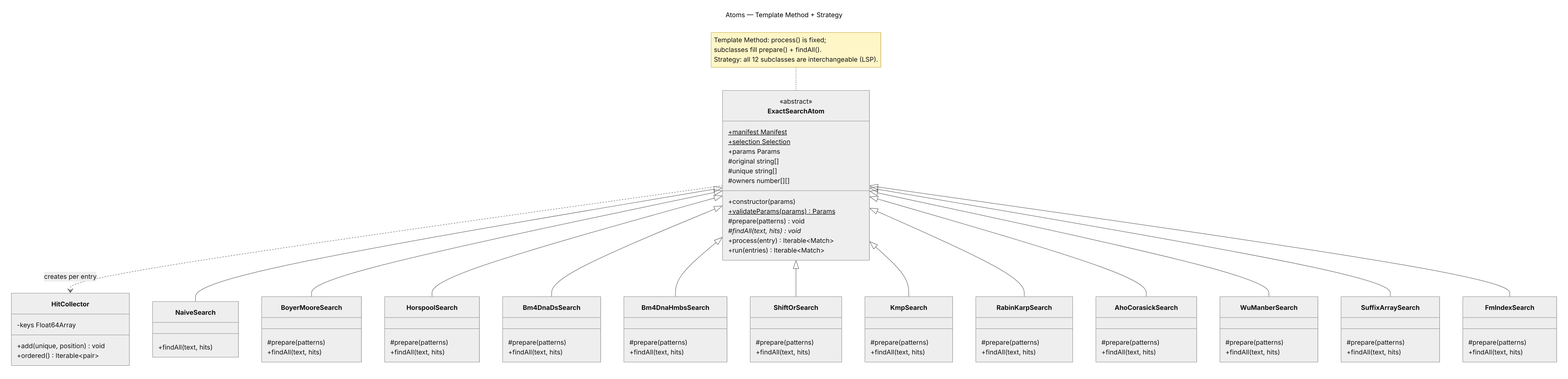
Above: docs/uml/02-atoms.png in Qanoo-Taweel/ios-adaptive-exact-match (Mermaid), before the change. Its source is kept beside it as docs/uml/02-atoms.mmd.
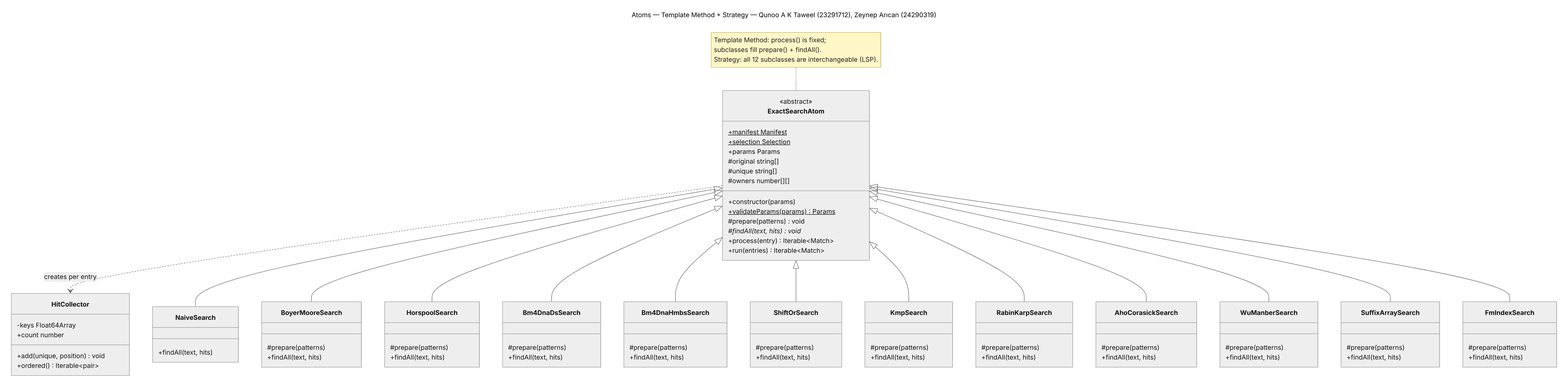
Later version of the same file.

Change to the diagram source:
```diff
@@ -1,5 +1,5 @@
 ---
-title: Atoms — Template Method + Strategy
+title: Atoms — Template Method + Strategy — Qunoo A K Taweel (23291712), Zeynep Arıcan (24290319)
 ---
 classDiagram
   direction TB
@@ -22,6 +22,7 @@
     -keys Float64Array
     +add(unique, position) void
     +ordered() Iterable~pair~
+    +count number
   }
   class NaiveSearch { +findAll(text, hits) }
   class BoyerMooreSearch {
```
